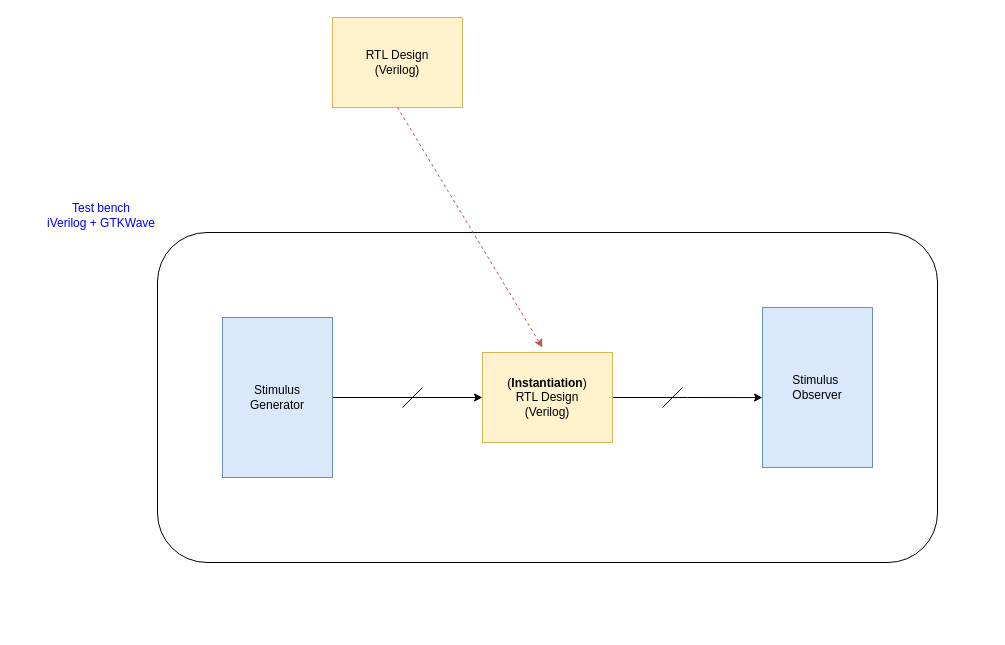
Above: page "Page-1" (1 of 2) of assets/diagrams.drawio in kambadur/sky130RTLDesignAndSynthesisWorkshop (draw.io), before the change. Source tidied: cells renumbered, new cells numbered last; positions are measured from the earlier drawing's top-left corner, leaving out a move shared by most shapes. Both pictures are drawn from the tidied source at 100%, with x=0, y=0 at pixel (157, 17).
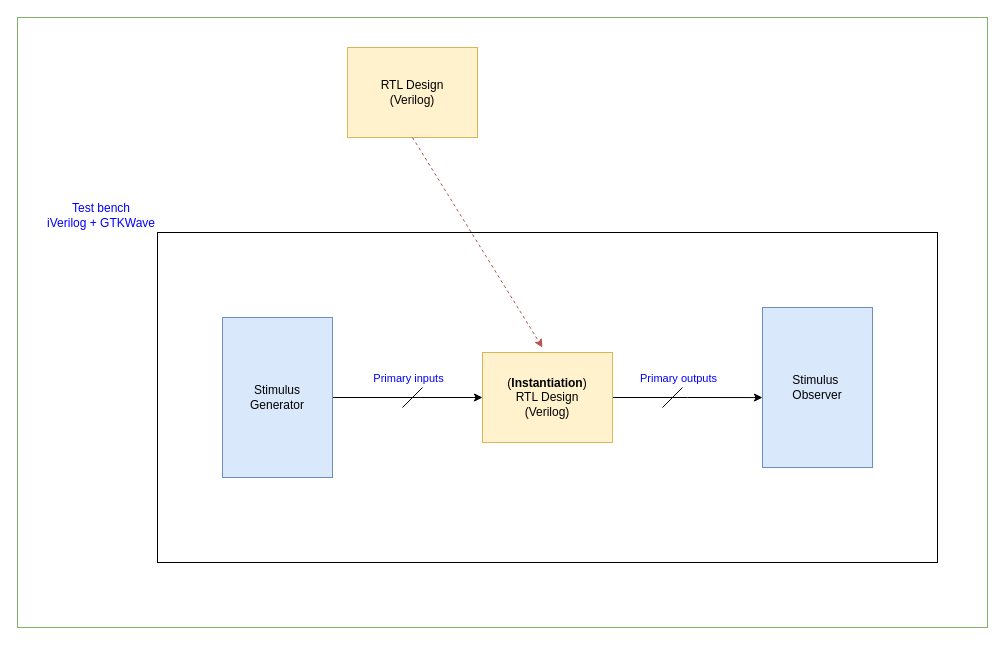
The same page after the edit.

Diff of the diagram source:
```diff
@@
 <mxGraphModel>
   <root>
     <mxCell id="0" />
     <mxCell id="1" parent="0" />
     <mxCell id="2" value="RTL Design&lt;br&gt;(Verilog)" style="rounded=0;whiteSpace=wrap;html=1;fillColor=#fff2cc;strokeColor=#d6b656;" parent="1" vertex="1">
-      <mxGeometry x="175" width="130" height="90" as="geometry" />
+      <mxGeometry x="190" y="30" width="130" height="90" as="geometry" />
     </mxCell>
-    <mxCell id="3" value="&lt;div style=&quot;text-align: center&quot;&gt;&lt;span&gt;&lt;font color=&quot;#0000ff&quot;&gt;Test bench&lt;/font&gt;&lt;/span&gt;&lt;/div&gt;&lt;font color=&quot;#0000ff&quot;&gt;iVerilog + GTKWave&lt;/font&gt;" style="rounded=1;whiteSpace=wrap;html=1;labelPosition=left;verticalLabelPosition=top;align=right;verticalAlign=bottom;horizontal=1;" parent="1" vertex="1">
+    <mxCell id="3" value="&lt;div style=&quot;text-align: center&quot;&gt;&lt;span&gt;&lt;font color=&quot;#0000ff&quot;&gt;Test bench&lt;/font&gt;&lt;/span&gt;&lt;/div&gt;&lt;font color=&quot;#0000ff&quot;&gt;iVerilog + GTKWave&lt;/font&gt;" style="rounded=0;whiteSpace=wrap;html=1;labelPosition=left;verticalLabelPosition=top;align=right;verticalAlign=bottom;horizontal=1;" parent="1" vertex="1">
       <mxGeometry y="215" width="780" height="330" as="geometry" />
     </mxCell>
     <mxCell id="4" style="edgeStyle=orthogonalEdgeStyle;rounded=0;jettySize=auto;html=1;entryX=0;entryY=0.563;entryDx=0;entryDy=0;entryPerimeter=0;" parent="1" edge="1" source="5" target="8">
       <mxGeometry relative="1" as="geometry" />
     </mxCell>
     <mxCell id="5" value="(&lt;b&gt;Instantiation&lt;/b&gt;)&lt;br&gt;RTL Design&lt;br&gt;(Verilog)" style="rounded=0;whiteSpace=wrap;html=1;fillColor=#fff2cc;strokeColor=#d6b656;" parent="1" vertex="1">
       <mxGeometry x="325" y="335" width="130" height="90" as="geometry" />
     </mxCell>
     <mxCell id="6" style="edgeStyle=orthogonalEdgeStyle;rounded=0;jettySize=auto;html=1;entryX=0;entryY=0.5;entryDx=0;entryDy=0;" parent="1" edge="1" source="7" target="5">
       <mxGeometry relative="1" as="geometry" />
     </mxCell>
+    <mxCell id="12" value="Primary inputs" style="edgeLabel;html=1;align=center;verticalAlign=middle;fontColor=#0000FF;rounded=0;" parent="6" vertex="1">
+      <mxGeometry x="-0.32" y="1" relative="1" as="geometry">
+        <mxPoint x="24" y="-19" as="offset" />
+      </mxGeometry>
+    </mxCell>
     <mxCell id="7" value="Stimulus &lt;br&gt;Generator" style="rounded=0;whiteSpace=wrap;html=1;fillColor=#dae8fc;strokeColor=#6c8ebf;" parent="1" vertex="1">
       <mxGeometry x="65" y="300" width="110" height="160" as="geometry" />
     </mxCell>
     <mxCell id="8" value="Stimulus&amp;nbsp;&lt;br&gt;Observer" style="rounded=0;whiteSpace=wrap;html=1;fillColor=#dae8fc;strokeColor=#6c8ebf;" parent="1" vertex="1">
       <mxGeometry x="605" y="290" width="110" height="160" as="geometry" />
     </mxCell>
     <mxCell id="9" style="endArrow=none;html=1;rounded=0;" parent="1" edge="1">
       <mxGeometry relative="1" as="geometry">
         <mxPoint x="245" y="390" as="sourcePoint" />
         <mxPoint x="265" y="370" as="targetPoint" />
       </mxGeometry>
     </mxCell>
     <mxCell id="10" style="endArrow=none;html=1;rounded=0;" parent="1" edge="1">
       <mxGeometry relative="1" as="geometry">
         <mxPoint x="505" y="390" as="sourcePoint" />
         <mxPoint x="525" y="370" as="targetPoint" />
       </mxGeometry>
     </mxCell>
     <mxCell id="11" style="endArrow=classic;html=1;rounded=0;exitX=0.5;exitY=1;exitDx=0;exitDy=0;fillColor=#f8cecc;strokeColor=#b85450;dashed=1;" parent="1" edge="1" source="2">
       <mxGeometry relative="1" as="geometry">
         <mxPoint x="385" y="330" as="targetPoint" />
       </mxGeometry>
     </mxCell>
+    <mxCell id="13" value="Primary outputs" style="edgeLabel;html=1;align=center;verticalAlign=middle;fontColor=#0000FF;rounded=0;" parent="1" vertex="1">
+      <mxGeometry x="520" y="360" as="geometry" />
+    </mxCell>
+    <mxCell id="14" style="rounded=0;whiteSpace=wrap;html=1;fillColor=none;strokeColor=#82b366;" parent="1" vertex="1">
+      <mxGeometry x="-140" width="970" height="610" as="geometry" />
+    </mxCell>
   </root>
 </mxGraphModel>
```
